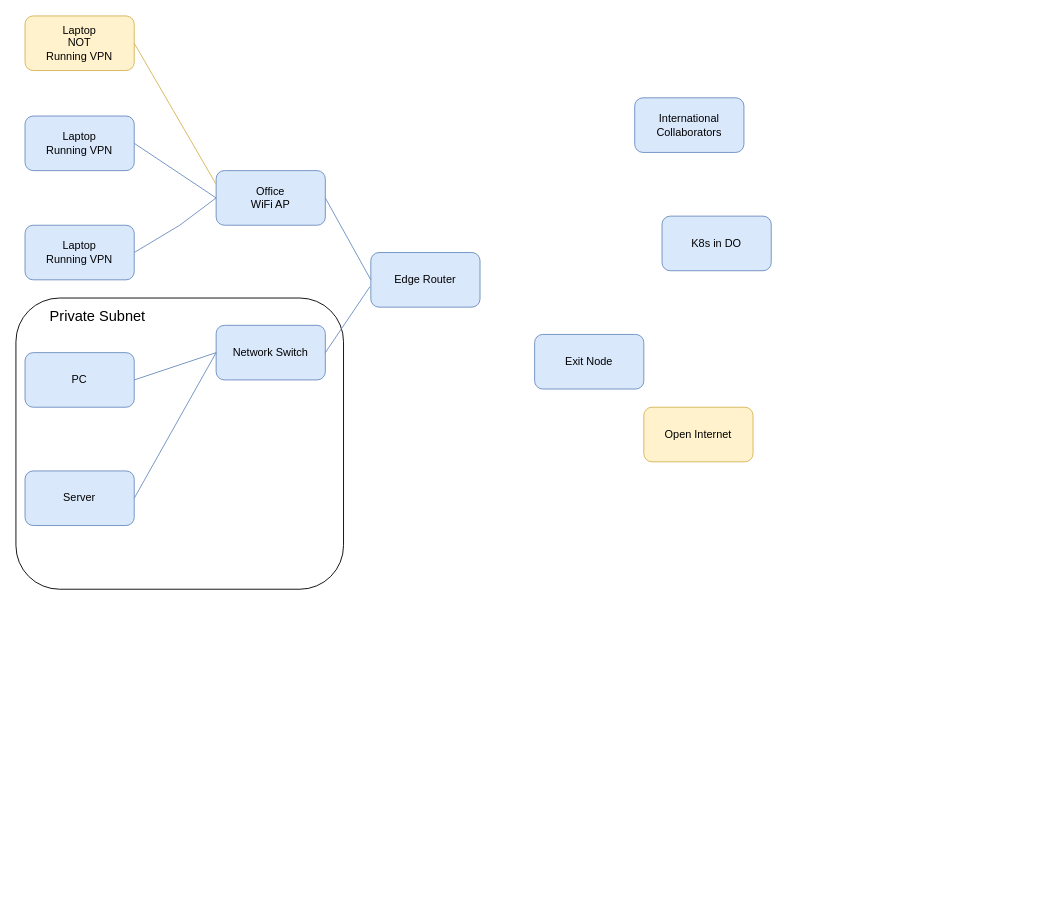
The draw.io diagram Tailnet.drawio in rrivirr/rriv-diagrams, before the edit. Source tidied: cells renumbered, new cells numbered last; positions are measured from the earlier drawing's top-left corner, leaving out a move shared by most shapes. Both pictures are drawn from the tidied source at 91%, with x=0, y=0 at pixel (15, 15).
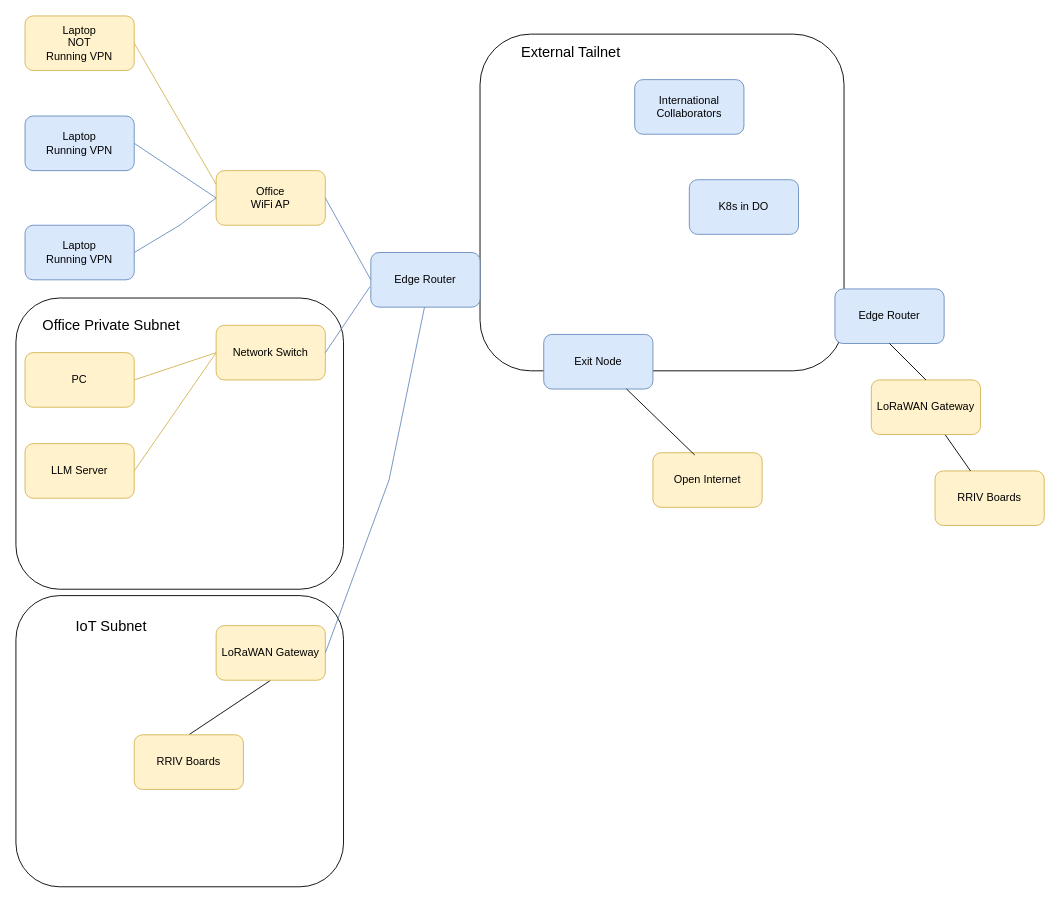
The same page after the edit.

The edit, as a diff of the source:
```diff
@@
+    <mxCell id="23" style="rounded=1;whiteSpace=wrap;html=1;" parent="1" vertex="1">
+      <mxGeometry y="637" width="360" height="320" as="geometry" />
+    </mxCell>
+    <mxCell id="24" style="rounded=1;whiteSpace=wrap;html=1;" parent="1" vertex="1">
+      <mxGeometry x="510" y="20" width="400" height="370" as="geometry" />
+    </mxCell>
@@
-    <mxCell id="5" value="PC" style="rounded=1;whiteSpace=wrap;html=1;fillColor=#dae8fc;strokeColor=#6c8ebf;" parent="1" vertex="1">
+    <mxCell id="5" value="PC" style="rounded=1;whiteSpace=wrap;html=1;fillColor=#fff2cc;strokeColor=#d6b656;" parent="1" vertex="1">
       <mxGeometry x="10" y="370" width="120" height="60" as="geometry" />
     </mxCell>
-    <mxCell id="6" value="Office &lt;br&gt;WiFi AP" style="rounded=1;whiteSpace=wrap;html=1;fillColor=#dae8fc;strokeColor=#6c8ebf;" parent="1" vertex="1">
+    <mxCell id="6" value="Office &lt;br&gt;WiFi AP" style="rounded=1;whiteSpace=wrap;html=1;fillColor=#fff2cc;strokeColor=#d6b656;" parent="1" vertex="1">
       <mxGeometry x="220" y="170" width="120" height="60" as="geometry" />
     </mxCell>
-    <mxCell id="7" value="Network Switch" style="rounded=1;whiteSpace=wrap;html=1;fillColor=#dae8fc;strokeColor=#6c8ebf;" parent="1" vertex="1">
+    <mxCell id="7" value="Network Switch" style="rounded=1;whiteSpace=wrap;html=1;fillColor=#fff2cc;strokeColor=#d6b656;" parent="1" vertex="1">
       <mxGeometry x="220" y="340" width="120" height="60" as="geometry" />
     </mxCell>
@@
-    <mxCell id="11" style="endArrow=none;html=1;rounded=0;entryX=0;entryY=0.5;entryDx=0;entryDy=0;exitX=1;exitY=0.5;exitDx=0;exitDy=0;fillColor=#dae8fc;strokeColor=#6c8ebf;" parent="1" edge="1" target="7">
+    <mxCell id="11" style="endArrow=none;html=1;rounded=0;entryX=0;entryY=0.5;entryDx=0;entryDy=0;exitX=1;exitY=0.5;exitDx=0;exitDy=0;fillColor=#fff2cc;strokeColor=#d6b656;" parent="1" edge="1" target="7">
       <mxGeometry relative="1" as="geometry">
         <mxPoint x="130" y="400" as="sourcePoint" />
       </mxGeometry>
     </mxCell>
@@
-    <mxCell id="14" value="Server" style="rounded=1;whiteSpace=wrap;html=1;fillColor=#dae8fc;strokeColor=#6c8ebf;" parent="1" vertex="1">
-      <mxGeometry x="10" y="500" width="120" height="60" as="geometry" />
+    <mxCell id="14" value="LLM Server" style="rounded=1;whiteSpace=wrap;html=1;fillColor=#fff2cc;strokeColor=#d6b656;" parent="1" vertex="1">
+      <mxGeometry x="10" y="470" width="120" height="60" as="geometry" />
     </mxCell>
-    <mxCell id="15" style="endArrow=none;html=1;rounded=0;entryX=0;entryY=0.5;entryDx=0;entryDy=0;exitX=1;exitY=0.5;exitDx=0;exitDy=0;fillColor=#dae8fc;strokeColor=#6c8ebf;" parent="1" edge="1" source="14" target="7">
+    <mxCell id="15" style="endArrow=none;html=1;rounded=0;entryX=0;entryY=0.5;entryDx=0;entryDy=0;exitX=1;exitY=0.5;exitDx=0;exitDy=0;fillColor=#fff2cc;strokeColor=#d6b656;" parent="1" edge="1" source="14" target="7">
       <mxGeometry relative="1" as="geometry" />
     </mxCell>
     <mxCell id="16" value="K8s in DO" style="rounded=1;whiteSpace=wrap;html=1;fillColor=#dae8fc;strokeColor=#6c8ebf;" parent="1" vertex="1">
-      <mxGeometry x="710" y="220" width="120" height="60" as="geometry" />
+      <mxGeometry x="740" y="180" width="120" height="60" as="geometry" />
     </mxCell>
     <mxCell id="17" value="Open Internet" style="rounded=1;whiteSpace=wrap;html=1;fillColor=#fff2cc;strokeColor=#d6b656;" parent="1" vertex="1">
-      <mxGeometry x="690" y="430" width="120" height="60" as="geometry" />
+      <mxGeometry x="700" y="480" width="120" height="60" as="geometry" />
     </mxCell>
     <mxCell id="18" value="International Collaborators" style="rounded=1;whiteSpace=wrap;html=1;fillColor=#dae8fc;strokeColor=#6c8ebf;" parent="1" vertex="1">
-      <mxGeometry x="680" y="90" width="120" height="60" as="geometry" />
+      <mxGeometry x="680" y="70" width="120" height="60" as="geometry" />
     </mxCell>
     <mxCell id="19" value="Exit Node" style="rounded=1;whiteSpace=wrap;html=1;fillColor=#dae8fc;strokeColor=#6c8ebf;" parent="1" vertex="1">
-      <mxGeometry x="570" y="350" width="120" height="60" as="geometry" />
+      <mxGeometry x="580" y="350" width="120" height="60" as="geometry" />
     </mxCell>
@@
-    <mxCell id="22" value="Private Subnet" style="text;html=1;align=center;verticalAlign=middle;whiteSpace=wrap;rounded=0;fontSize=16;" parent="1" vertex="1">
-      <mxGeometry x="20" y="320" width="140" height="20" as="geometry" />
+    <mxCell id="22" value="Office Private Subnet" style="text;html=1;align=center;verticalAlign=middle;whiteSpace=wrap;rounded=0;fontSize=16;" parent="1" vertex="1">
+      <mxGeometry x="20" y="330" width="170" height="20" as="geometry" />
     </mxCell>
+    <mxCell id="25" value="External Tailnet" style="text;html=1;align=center;verticalAlign=middle;whiteSpace=wrap;rounded=0;fontSize=16;" parent="1" vertex="1">
+      <mxGeometry x="540" y="30" width="140" height="20" as="geometry" />
+    </mxCell>
+    <mxCell id="26" style="rounded=0;jettySize=auto;html=1;entryX=0.383;entryY=0.042;entryDx=0;entryDy=0;entryPerimeter=0;endArrow=none;startFill=0;" parent="1" edge="1" source="19" target="17">
+      <mxGeometry relative="1" as="geometry" />
+    </mxCell>
+    <mxCell id="27" value="RRIV Boards" style="rounded=1;whiteSpace=wrap;html=1;fillColor=#fff2cc;strokeColor=#d6b656;" parent="1" vertex="1">
+      <mxGeometry x="1010" y="500" width="120" height="60" as="geometry" />
+    </mxCell>
+    <mxCell id="28" value="Edge Router" style="rounded=1;whiteSpace=wrap;html=1;fillColor=#dae8fc;strokeColor=#6c8ebf;" parent="1" vertex="1">
+      <mxGeometry x="900" y="300" width="120" height="60" as="geometry" />
+    </mxCell>
+    <mxCell id="29" style="rounded=0;jettySize=auto;html=1;endArrow=none;startFill=0;" parent="1" edge="1" source="30" target="27">
+      <mxGeometry relative="1" as="geometry" />
+    </mxCell>
+    <mxCell id="30" value="LoRaWAN Gateway" style="rounded=1;whiteSpace=wrap;html=1;fillColor=#fff2cc;strokeColor=#d6b656;" parent="1" vertex="1">
+      <mxGeometry x="940" y="400" width="120" height="60" as="geometry" />
+    </mxCell>
+    <mxCell id="31" style="rounded=0;jettySize=auto;html=1;endArrow=none;startFill=0;exitX=0.5;exitY=1;exitDx=0;exitDy=0;entryX=0.5;entryY=0;entryDx=0;entryDy=0;" parent="1" edge="1" source="28" target="30">
+      <mxGeometry relative="1" as="geometry" />
+    </mxCell>
+    <mxCell id="32" style="rounded=0;jettySize=auto;html=1;exitX=0.5;exitY=1;exitDx=0;exitDy=0;entryX=0.5;entryY=0;entryDx=0;entryDy=0;endArrow=none;startFill=0;" parent="1" edge="1" source="33" target="35">
+      <mxGeometry relative="1" as="geometry" />
+    </mxCell>
+    <mxCell id="33" value="LoRaWAN Gateway" style="rounded=1;whiteSpace=wrap;html=1;fillColor=#fff2cc;strokeColor=#d6b656;" parent="1" vertex="1">
+      <mxGeometry x="220" y="670" width="120" height="60" as="geometry" />
+    </mxCell>
+    <mxCell id="34" style="endArrow=none;html=1;rounded=0;entryX=1;entryY=0.5;entryDx=0;entryDy=0;exitX=-0.008;exitY=0.625;exitDx=0;exitDy=0;exitPerimeter=0;fillColor=#dae8fc;strokeColor=#6c8ebf;" parent="1" edge="1" target="33">
+      <mxGeometry relative="1" as="geometry">
+        <mxPoint x="449" y="320" as="sourcePoint" />
+        <Array as="points">
+          <mxPoint x="410" y="510" />
+        </Array>
+      </mxGeometry>
+    </mxCell>
+    <mxCell id="35" value="RRIV Boards" style="rounded=1;whiteSpace=wrap;html=1;fillColor=#fff2cc;strokeColor=#d6b656;" parent="1" vertex="1">
+      <mxGeometry x="130" y="790" width="120" height="60" as="geometry" />
+    </mxCell>
+    <mxCell id="36" value="IoT Subnet" style="text;html=1;align=center;verticalAlign=middle;whiteSpace=wrap;rounded=0;fontSize=16;" parent="1" vertex="1">
+      <mxGeometry x="20" y="660" width="170" height="20" as="geometry" />
+    </mxCell>
```
